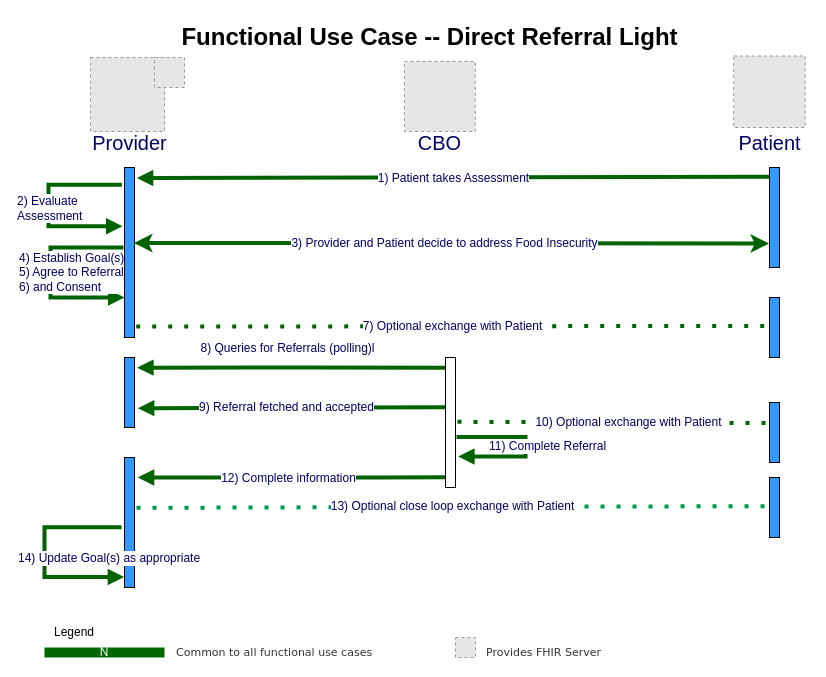
HL7/fhir-sdoh-clinicalcare keeps this draw.io diagram as page "Msg DME w Int" (1 of 7) of Images Source/FunctionalUseCaseFlowDirectLightReferral3.drawio. Above is the earlier version. Source tidied: cells renumbered, new cells numbered last; positions are measured from the earlier drawing's top-left corner, leaving out a move shared by most shapes. Both pictures are drawn from the tidied source at 100%, with x=0, y=0 at pixel (44, 17). Pictures stored in the file or linked from it are replaced by grey dashed boxes.
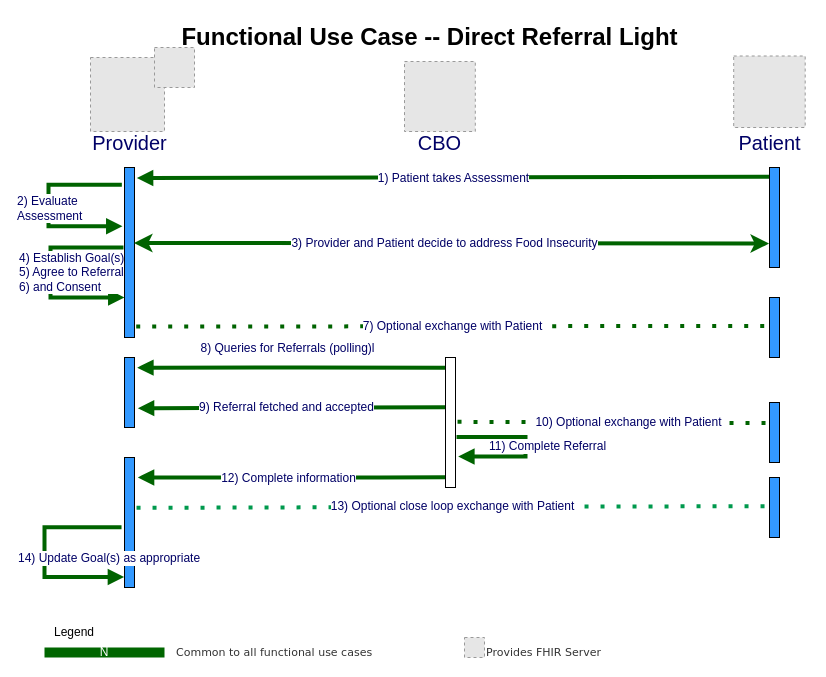
The same diagram, later.

What changed in the source:
```diff
@@
-    <mxCell id="32" style="fillColor=#E6E6E6;strokeColor=#999999;dashed=1;verticalLabelPosition=bottom;verticalAlign=top;fontSize=12;fontColor=#000066;" parent="1" vertex="1">
-      <mxGeometry x="110" y="40" width="30" height="30" as="geometry" />
-    </mxCell>
-    <mxCell id="33" style="fillColor=#E6E6E6;strokeColor=#999999;dashed=1;verticalLabelPosition=bottom;verticalAlign=top;fontSize=12;fontColor=#000066;" parent="1" vertex="1">
-      <mxGeometry x="411" y="620" width="20" height="20" as="geometry" />
-    </mxCell>
@@
+    <mxCell id="35" style="fillColor=#E6E6E6;strokeColor=#999999;dashed=1;verticalLabelPosition=bottom;verticalAlign=top;fontSize=13;fontColor=#000066;" parent="1" vertex="1">
+      <mxGeometry x="110" y="30" width="40" height="40" as="geometry" />
+    </mxCell>
+    <mxCell id="36" style="fillColor=#E6E6E6;strokeColor=#999999;dashed=1;verticalLabelPosition=bottom;verticalAlign=top;fontSize=13;fontColor=#000066;" parent="1" vertex="1">
+      <mxGeometry x="420" y="620" width="20" height="20" as="geometry" />
+    </mxCell>
```
